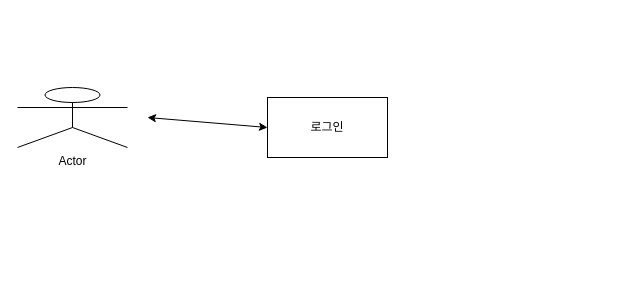
Earlier version of the draw.io diagram 제목 없는 다이어그램.drawio (namhunJo/-). Source tidied: cells renumbered, new cells numbered last; positions are measured from the earlier drawing's top-left corner, leaving out a move shared by most shapes. Both pictures are drawn from the tidied source at 100%, with x=0, y=0 at pixel (17, 87).
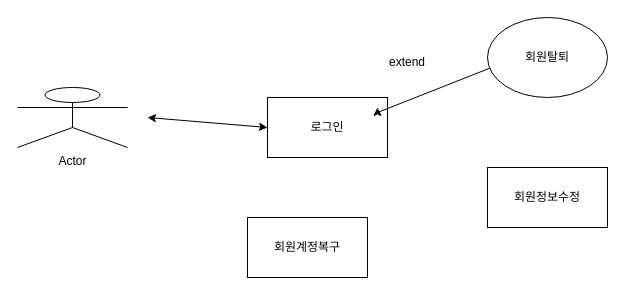
After the change.

Commit message (it also covers changes not shown here):
유스케이스

Diff of the diagram source:
```diff
@@
 <mxGraphModel>
   <root>
     <mxCell id="0" />
     <mxCell id="1" parent="0" />
     <mxCell id="2" value="Actor" style="shape=umlActor;verticalLabelPosition=bottom;verticalAlign=top;html=1;" parent="1" vertex="1">
       <mxGeometry width="110" height="60" as="geometry" />
     </mxCell>
     <mxCell id="3" style="endArrow=classic;startArrow=classic;html=1;rounded=0;" parent="1" edge="1">
       <mxGeometry relative="1" as="geometry">
         <mxPoint x="130" y="30" as="sourcePoint" />
         <mxPoint x="250" y="40" as="targetPoint" />
         <Array as="points">
           <mxPoint x="130" y="30" />
         </Array>
       </mxGeometry>
     </mxCell>
     <mxCell id="4" value="로그인" style="rounded=0;whiteSpace=wrap;html=1;" parent="1" vertex="1">
       <mxGeometry x="250" y="10" width="120" height="60" as="geometry" />
     </mxCell>
+    <mxCell id="5" value="회원정보수정" style="rounded=0;whiteSpace=wrap;html=1;" parent="1" vertex="1">
+      <mxGeometry x="470" y="80" width="120" height="60" as="geometry" />
+    </mxCell>
+    <mxCell id="6" value="회원계정복구" style="rounded=0;whiteSpace=wrap;html=1;" parent="1" vertex="1">
+      <mxGeometry x="230" y="130" width="120" height="60" as="geometry" />
+    </mxCell>
+    <mxCell id="7" value="extend" style="text;html=1;strokeColor=none;fillColor=none;align=center;verticalAlign=middle;whiteSpace=wrap;rounded=0;" parent="1" vertex="1">
+      <mxGeometry x="360" y="-40" width="60" height="30" as="geometry" />
+    </mxCell>
+    <mxCell id="8" style="endArrow=classic;html=1;rounded=0;exitX=-0.05;exitY=1;exitDx=0;exitDy=0;exitPerimeter=0;" parent="1" edge="1">
+      <mxGeometry relative="1" as="geometry">
+        <mxPoint x="474" y="-20" as="sourcePoint" />
+        <mxPoint x="360" y="20" as="targetPoint" />
+        <Array as="points">
+          <mxPoint x="360" y="25" />
+        </Array>
+      </mxGeometry>
+    </mxCell>
+    <mxCell id="9" value="회원탈퇴" style="ellipse;whiteSpace=wrap;html=1;" parent="1" vertex="1">
+      <mxGeometry x="470" y="-70" width="120" height="80" as="geometry" />
+    </mxCell>
   </root>
 </mxGraphModel>
```
